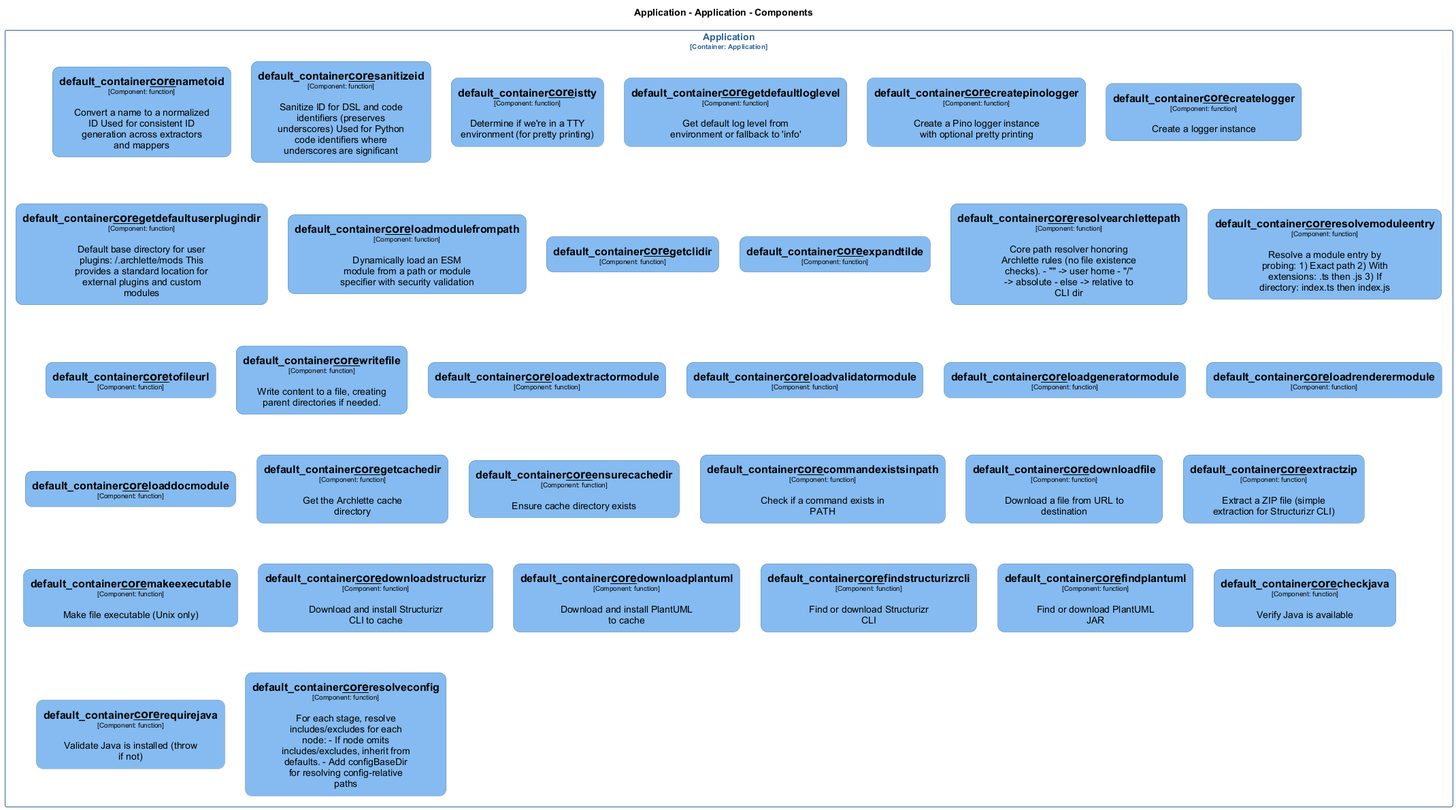
The PlantUML diagram docs/architecture/diagrams/structurizr-Classes_default_container__core.png in chrislyons-dev/archlette, before a commit.
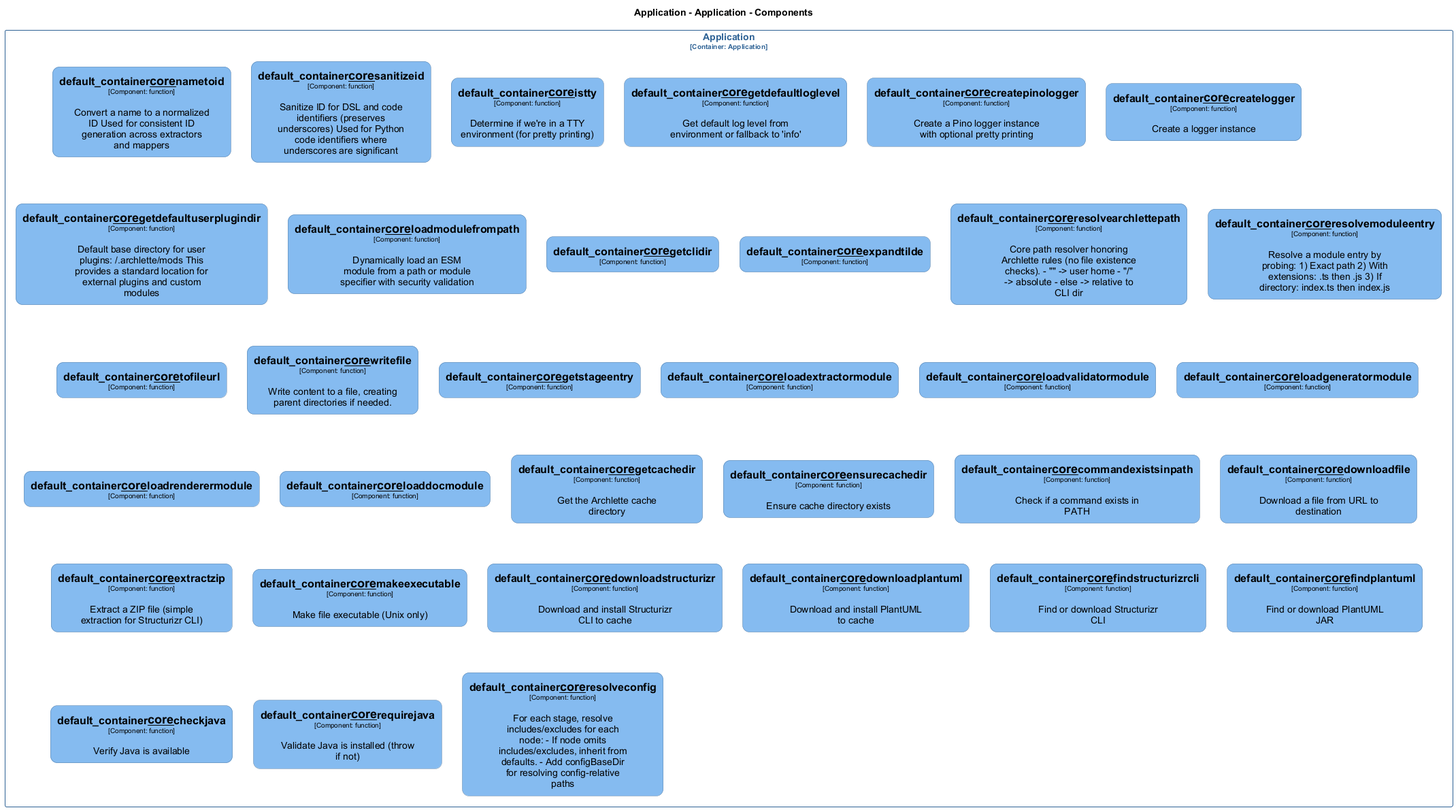
After the change.

Change to the diagram source:
```diff
@@ -122,6 +122,13 @@
   shadowing false
 }
 skinparam rectangle<<Application.Application.default_container__core__getdefaultuserplugindir>> {
+  BackgroundColor #85bbf0
+  FontColor #000000
+  BorderColor #5d82a8
+  roundCorner 20
+  shadowing false
+}
+skinparam rectangle<<Application.Application.default_container__core__getstageentry>> {
   BackgroundColor #85bbf0
   FontColor #000000
   BorderColor #5d82a8
@@ -261,6 +268,7 @@
   rectangle "==default_container__core__resolvemoduleentry\n<size:10>[Component: function]</size>\n\nResolve a module entry by probing: 1) Exact path 2) With extensions: .ts then .js 3) If directory: index.ts then index.js" <<Application.Application.default_container__core__resolvemoduleentry>> as Application.Application.default_container__core__resolvemoduleentry
   rectangle "==default_container__core__tofileurl\n<size:10>[Component: function]</size>" <<Application.Application.default_container__core__tofileurl>> as Application.Application.default_container__core__tofileurl
   rectangle "==default_container__core__writefile\n<size:10>[Component: function]</size>\n\nWrite content to a file, creating parent directories if needed." <<Application.Application.default_container__core__writefile>> as Application.Application.default_container__core__writefile
+  rectangle "==default_container__core__getstageentry\n<size:10>[Component: function]</size>" <<Application.Application.default_container__core__getstageentry>> as Application.Application.default_container__core__getstageentry
   rectangle "==default_container__core__loadextractormodule\n<size:10>[Component: function]</size>" <<Application.Application.default_container__core__loadextractormodule>> as Application.Application.default_container__core__loadextractormodule
   rectangle "==default_container__core__loadvalidatormodule\n<size:10>[Component: function]</size>" <<Application.Application.default_container__core__loadvalidatormodule>> as Application.Application.default_container__core__loadvalidatormodule
   rectangle "==default_container__core__loadgeneratormodule\n<size:10>[Component: function]</size>" <<Application.Application.default_container__core__loadgeneratormodule>> as Application.Application.default_container__core__loadgeneratormodule
```
